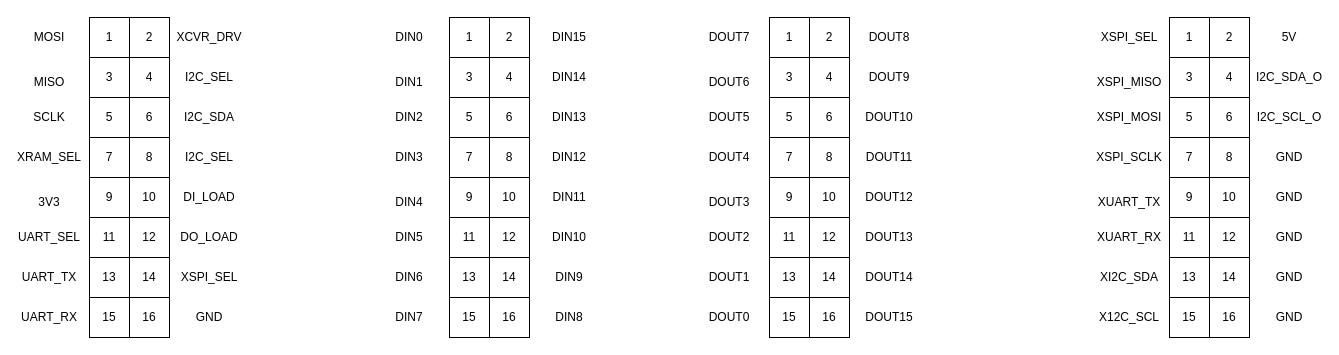
Before: page "PCB labels" (10 of 10) of docs/bluetooth-daq-design.drawio in PatrickAJoseph/bluetooth-daq, a draw.io diagram. Source tidied: cells renumbered, new cells numbered last; positions are measured from the earlier drawing's top-left corner, leaving out a move shared by most shapes. Both pictures are drawn from the tidied source at 100%, with x=0, y=0 at pixel (19, 17).
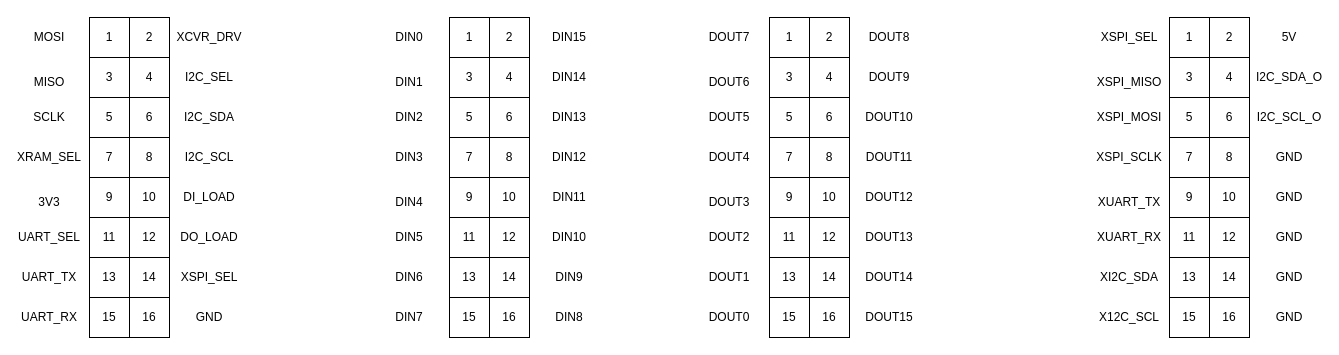
The same page after the edit.

The edit, as a diff of the source:
```diff
@@
-    <mxCell id="25" value="I2C_SEL" style="text;html=1;whiteSpace=wrap;strokeColor=none;fillColor=none;align=center;verticalAlign=middle;rounded=0;" parent="1" vertex="1">
+    <mxCell id="25" value="I2C_SCL" style="text;html=1;whiteSpace=wrap;strokeColor=none;fillColor=none;align=center;verticalAlign=middle;rounded=0;" parent="1" vertex="1">
       <mxGeometry x="160" y="125" width="60" height="30" as="geometry" />
     </mxCell>
```
